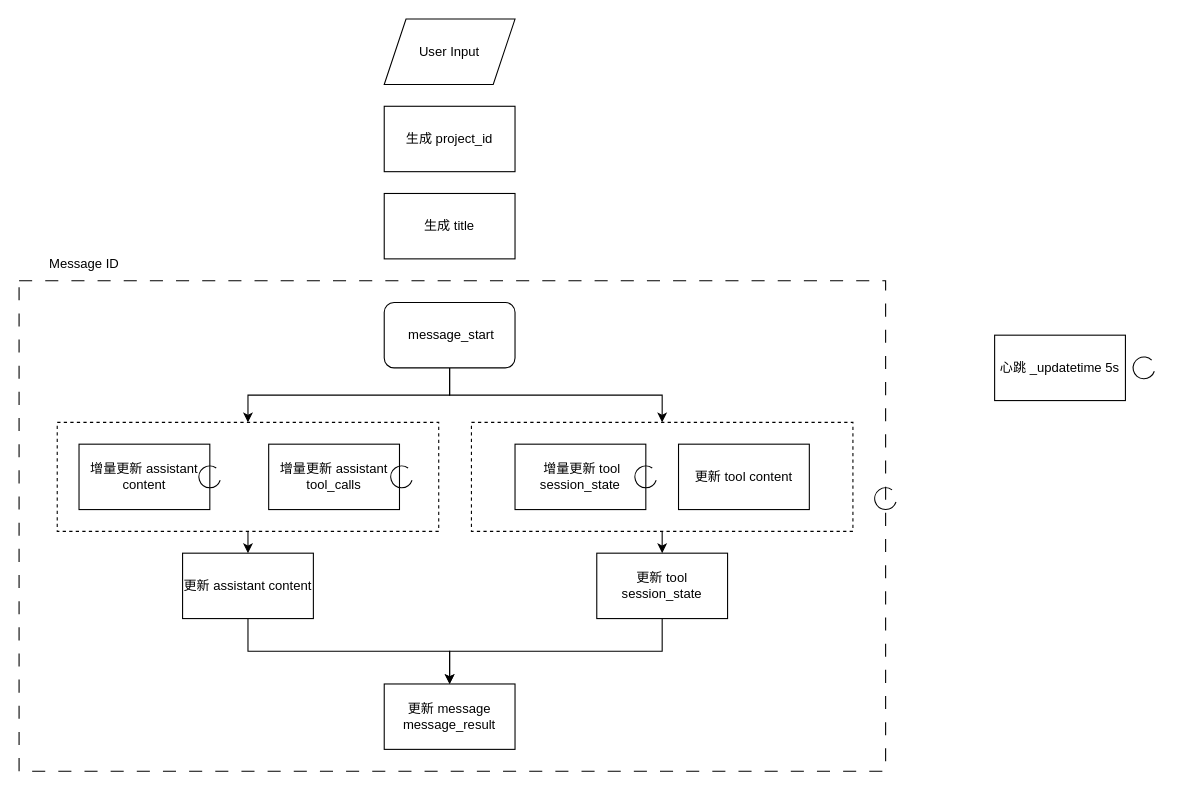
Earlier version of the draw.io diagram file/genspark.drawio (LLwill/drow.io). Source tidied: cells renumbered, new cells numbered last; positions are measured from the earlier drawing's top-left corner, leaving out a move shared by most shapes. Both pictures are drawn from the tidied source at 109%, with x=0, y=0 at pixel (19, 19).
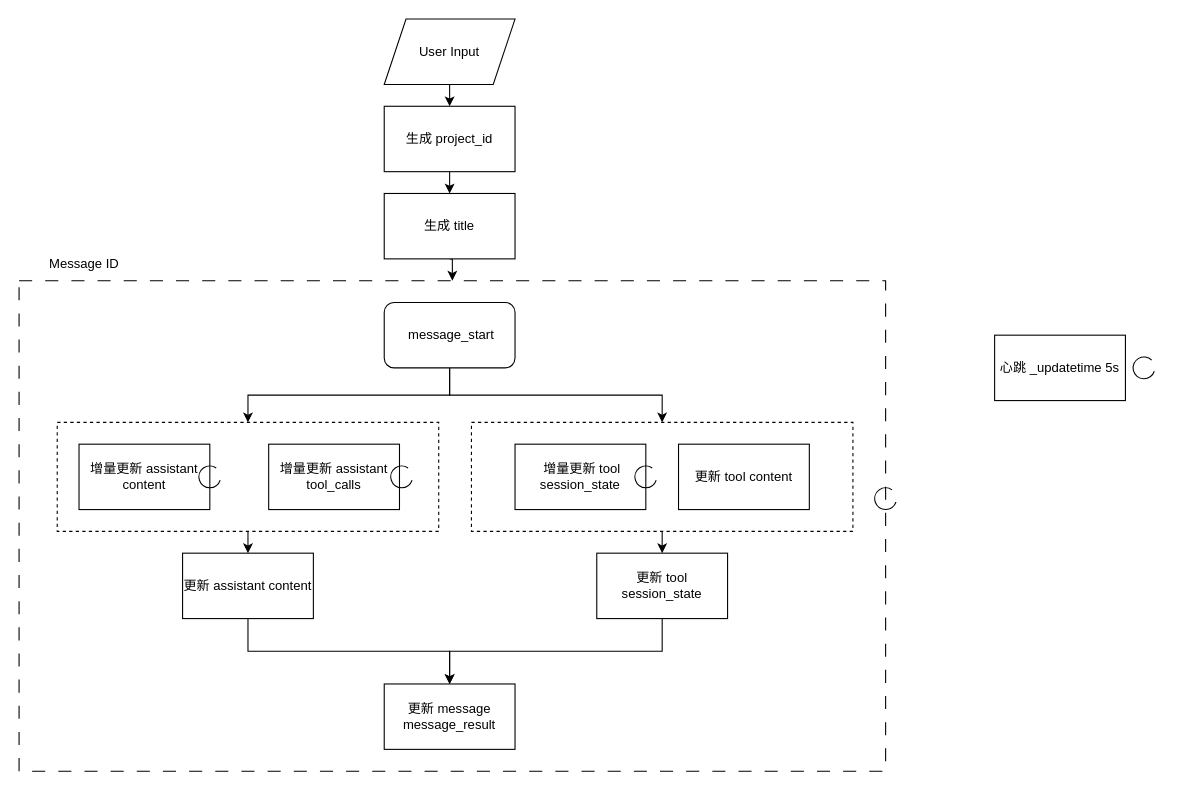
The same page after the edit.

Unchanged cells that the change refers to:
```xml
<mxCell id="3" style="rounded=0;whiteSpace=wrap;html=1;fillColor=none;dashed=1;dashPattern=12 12;" parent="1" vertex="1">
  <mxGeometry y="240" width="795" height="450" as="geometry" />
</mxCell>
<mxCell id="4" value="User Input" style="shape=parallelogram;perimeter=parallelogramPerimeter;whiteSpace=wrap;html=1;fixedSize=1;" parent="1" vertex="1">
  <mxGeometry x="335" width="120" height="60" as="geometry" />
</mxCell>
<mxCell id="28" value="生成 project_id" style="rounded=0;whiteSpace=wrap;html=1;" parent="1" vertex="1">
  <mxGeometry x="335" y="80" width="120" height="60" as="geometry" />
</mxCell>
<mxCell id="29" value="生成 title" style="rounded=0;whiteSpace=wrap;html=1;" parent="1" vertex="1">
  <mxGeometry x="335" y="160" width="120" height="60" as="geometry" />
</mxCell>
```

What changed in the source:
```diff
@@
+    <mxCell id="30" style="edgeStyle=orthogonalEdgeStyle;rounded=0;jettySize=auto;html=1;exitX=0.5;exitY=1;exitDx=0;exitDy=0;entryX=0.5;entryY=0;entryDx=0;entryDy=0;" parent="1" edge="1" source="4" target="28">
+      <mxGeometry relative="1" as="geometry" />
+    </mxCell>
@@
+    <mxCell id="31" style="edgeStyle=orthogonalEdgeStyle;rounded=0;jettySize=auto;html=1;exitX=0.5;exitY=1;exitDx=0;exitDy=0;entryX=0.5;entryY=0;entryDx=0;entryDy=0;" parent="1" edge="1" source="28" target="29">
+      <mxGeometry relative="1" as="geometry" />
+    </mxCell>
@@
+    <mxCell id="32" style="edgeStyle=orthogonalEdgeStyle;rounded=0;jettySize=auto;html=1;exitX=0.5;exitY=1;exitDx=0;exitDy=0;entryX=0.5;entryY=0;entryDx=0;entryDy=0;" parent="1" edge="1" source="29" target="3">
+      <mxGeometry relative="1" as="geometry" />
+    </mxCell>
```
